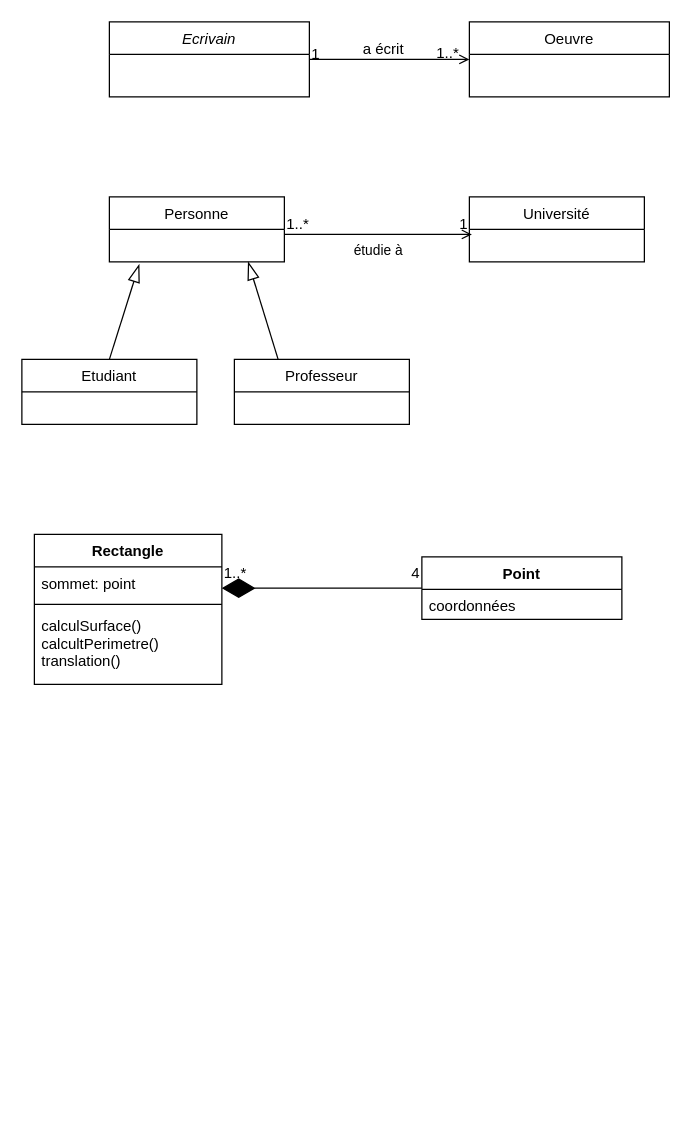
Above: class-diagram-0.drawio in clairenollet/uml-and-rup (draw.io), before the change. Source tidied: cells renumbered, new cells numbered last; positions are measured from the earlier drawing's top-left corner, leaving out a move shared by most shapes. Both pictures are drawn from the tidied source at 125%, with x=0, y=0 at pixel (21, 21).
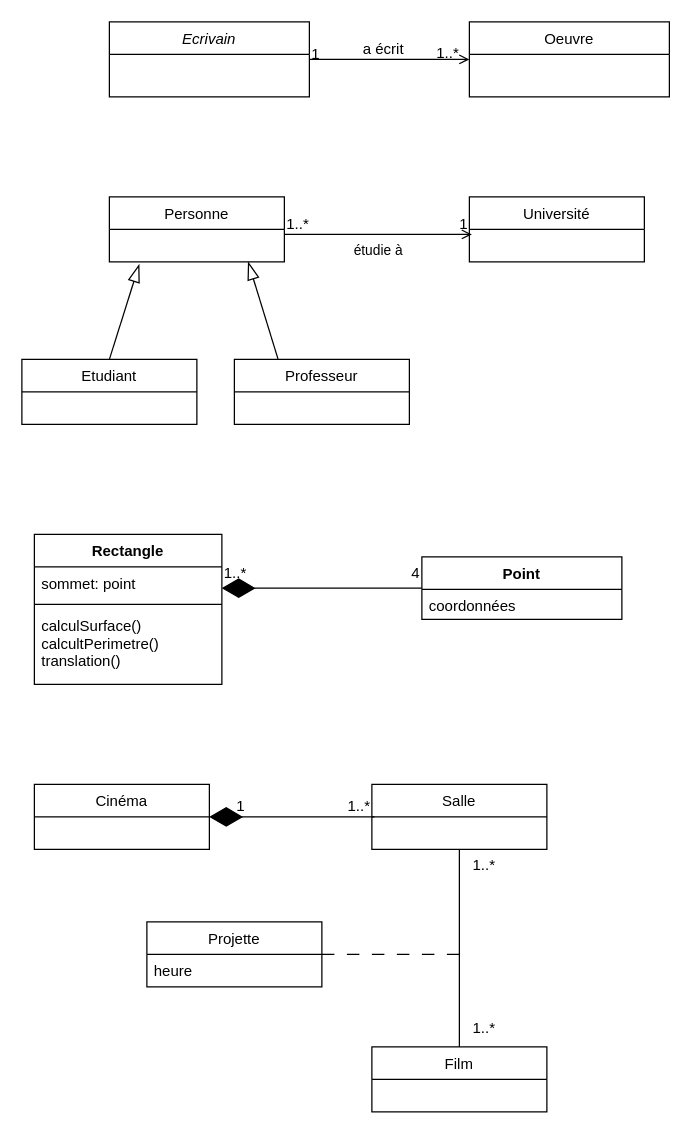
After the change.

Diff of the diagram source:
```diff
@@
+    <mxCell id="26" value="Cinéma" style="swimlane;fontStyle=0;horizontal=1;startSize=26;fillColor=none;" parent="1" vertex="1">
+      <mxGeometry x="10" y="610" width="140" height="52" as="geometry" />
+    </mxCell>
+    <mxCell id="27" value="Film" style="swimlane;fontStyle=0;horizontal=1;startSize=26;fillColor=none;" parent="1" vertex="1">
+      <mxGeometry x="280" y="820" width="140" height="52" as="geometry" />
+    </mxCell>
+    <mxCell id="28" value="Salle" style="swimlane;fontStyle=0;horizontal=1;startSize=26;fillColor=none;" parent="1" vertex="1">
+      <mxGeometry x="280" y="610" width="140" height="52" as="geometry" />
+    </mxCell>
+    <mxCell id="29" style="endArrow=diamondThin;endFill=1;endSize=24;html=1;rounded=0;entryX=1;entryY=0.5;entryDx=0;entryDy=0;" parent="28" edge="1" target="26">
+      <mxGeometry relative="1" as="geometry">
+        <mxPoint x="2" y="26" as="sourcePoint" />
+      </mxGeometry>
+    </mxCell>
+    <mxCell id="30" value="Projette" style="swimlane;fontStyle=0;horizontal=1;startSize=26;fillColor=none;" parent="1" vertex="1">
+      <mxGeometry x="100" y="720" width="140" height="52" as="geometry" />
+    </mxCell>
+    <mxCell id="31" value="heure" style="text;strokeColor=none;fillColor=none;align=left;verticalAlign=top;spacingLeft=4;spacingRight=4;overflow=hidden;" parent="30" vertex="1">
+      <mxGeometry y="26" width="140" height="26" as="geometry" />
+    </mxCell>
+    <mxCell id="32" style="html=1;align=left;verticalAlign=bottom;labelBackgroundColor=none;direction=west;" parent="1" vertex="1">
+      <mxGeometry x="320" y="451" as="geometry">
+        <mxPoint x="-58" y="179" as="offset" />
+      </mxGeometry>
+    </mxCell>
+    <mxCell id="33" value="1" style="html=1;align=left;verticalAlign=bottom;labelBackgroundColor=none;" parent="1" vertex="1">
+      <mxGeometry x="170" y="636" as="geometry" />
+    </mxCell>
+    <mxCell id="34" value="1..*" style="text;html=1;strokeColor=none;fillColor=none;align=center;verticalAlign=middle;whiteSpace=wrap;rounded=0;" parent="1" vertex="1">
+      <mxGeometry x="240" y="613" width="60" height="30" as="geometry" />
+    </mxCell>
+    <mxCell id="35" style="endArrow=none;startArrow=none;endFill=0;startFill=0;endSize=8;html=1;verticalAlign=bottom;labelBackgroundColor=none;strokeWidth=1;rounded=0;entryX=0.5;entryY=0;entryDx=0;entryDy=0;exitX=0.5;exitY=1;exitDx=0;exitDy=0;" parent="1" edge="1" source="28" target="27">
+      <mxGeometry relative="1" as="geometry" />
+    </mxCell>
+    <mxCell id="36" style="endArrow=none;startArrow=none;endFill=0;startFill=0;endSize=8;html=1;verticalAlign=bottom;dashed=1;labelBackgroundColor=none;dashPattern=10 10;rounded=0;strokeWidth=1;exitX=1;exitY=0.5;exitDx=0;exitDy=0;" parent="1" edge="1" source="30">
+      <mxGeometry relative="1" as="geometry">
+        <mxPoint x="350" y="746" as="targetPoint" />
+      </mxGeometry>
+    </mxCell>
+    <mxCell id="37" value="1..*" style="text;html=1;strokeColor=none;fillColor=none;align=center;verticalAlign=middle;whiteSpace=wrap;rounded=0;" parent="1" vertex="1">
+      <mxGeometry x="340" y="660" width="60" height="30" as="geometry" />
+    </mxCell>
+    <mxCell id="38" value="1..*" style="text;html=1;strokeColor=none;fillColor=none;align=center;verticalAlign=middle;whiteSpace=wrap;rounded=0;" parent="1" vertex="1">
+      <mxGeometry x="340" y="790" width="60" height="30" as="geometry" />
+    </mxCell>
```
